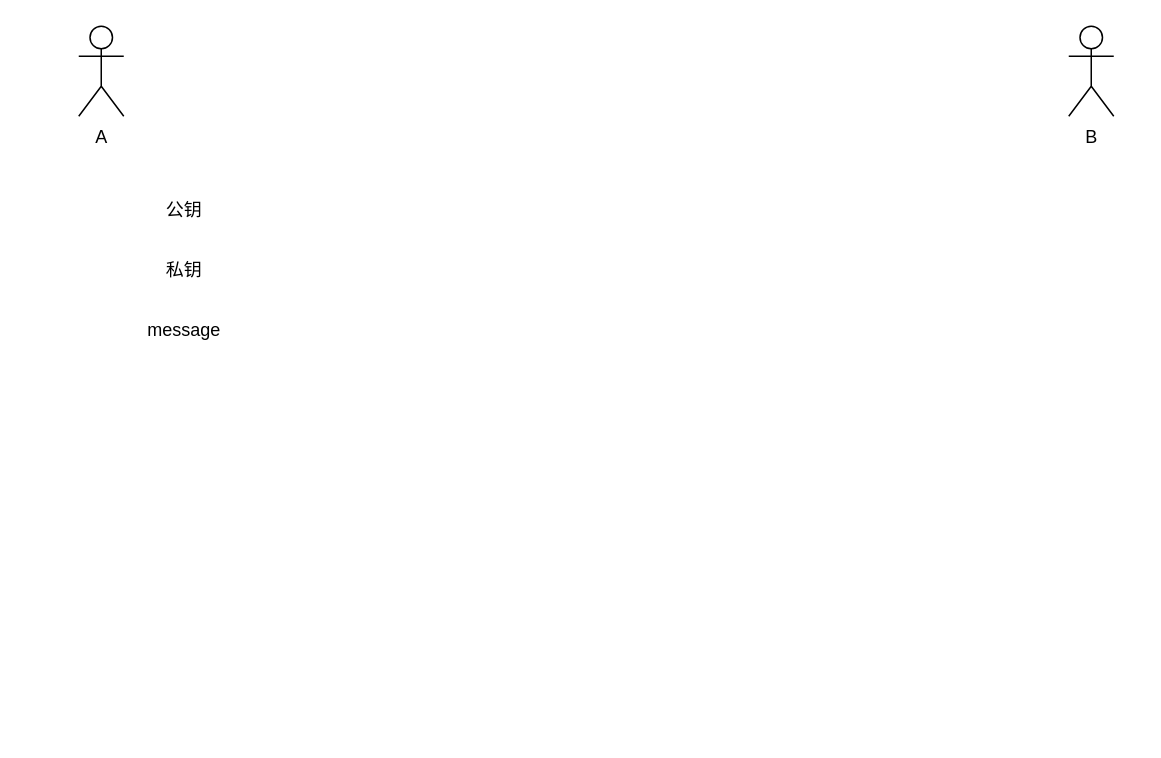
The draw.io diagram 非对称加密.drawio in lifeworth/storage-draw.io, before the edit. Source tidied: cells renumbered, new cells numbered last; positions are measured from the earlier drawing's top-left corner, leaving out a move shared by most shapes. Both pictures are drawn from the tidied source at 150%, with x=0, y=0 at pixel (78, 26).
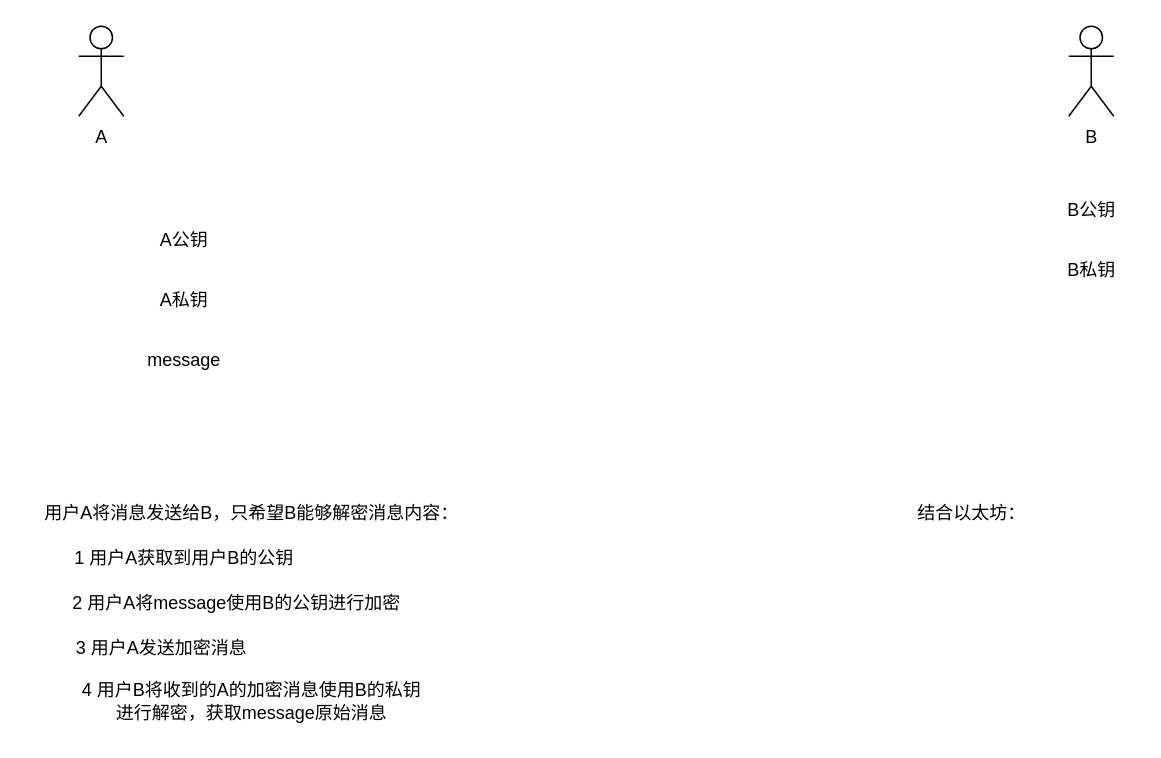
Above is the later version.

Commit message:
Update 非对称加密.drawio

Change to the diagram source:
```diff
@@
 <mxGraphModel>
   <root>
     <mxCell id="0" />
     <mxCell id="1" parent="0" />
     <mxCell id="2" value="A" style="shape=umlActor;verticalLabelPosition=bottom;verticalAlign=top;html=1;" parent="1" vertex="1">
       <mxGeometry width="30" height="60" as="geometry" />
     </mxCell>
     <mxCell id="3" value="B" style="shape=umlActor;verticalLabelPosition=bottom;verticalAlign=top;html=1;" parent="1" vertex="1">
       <mxGeometry x="660" width="30" height="60" as="geometry" />
     </mxCell>
-    <mxCell id="4" value="公钥" style="text;html=1;align=center;verticalAlign=middle;strokeColor=none;fillColor=none;" parent="1" vertex="1">
-      <mxGeometry x="45" y="108" width="50" height="30" as="geometry" />
+    <mxCell id="4" value="A公钥" style="text;html=1;align=center;verticalAlign=middle;strokeColor=none;fillColor=none;" parent="1" vertex="1">
+      <mxGeometry x="40" y="128" width="60" height="30" as="geometry" />
     </mxCell>
-    <mxCell id="5" value="私钥" style="text;html=1;align=center;verticalAlign=middle;strokeColor=none;fillColor=none;" parent="1" vertex="1">
-      <mxGeometry x="45" y="148" width="50" height="30" as="geometry" />
+    <mxCell id="5" value="A私钥" style="text;html=1;align=center;verticalAlign=middle;strokeColor=none;fillColor=none;" parent="1" vertex="1">
+      <mxGeometry x="40" y="168" width="60" height="30" as="geometry" />
     </mxCell>
     <mxCell id="6" value="message" style="text;html=1;align=center;verticalAlign=middle;strokeColor=none;fillColor=none;" parent="1" vertex="1">
-      <mxGeometry x="35" y="188" width="70" height="30" as="geometry" />
+      <mxGeometry x="35" y="208" width="70" height="30" as="geometry" />
     </mxCell>
+    <mxCell id="7" value="1 用户A获取到用户B的公钥" style="text;html=1;align=center;verticalAlign=middle;strokeColor=none;fillColor=none;" parent="1" vertex="1">
+      <mxGeometry x="-15" y="340" width="170" height="30" as="geometry" />
+    </mxCell>
+    <mxCell id="8" value="2 用户A将message使用B的公钥进行加密" style="text;html=1;align=center;verticalAlign=middle;strokeColor=none;fillColor=none;" parent="1" vertex="1">
+      <mxGeometry x="-15" y="370" width="240" height="30" as="geometry" />
+    </mxCell>
+    <mxCell id="9" value="3 用户A发送加密消息" style="text;html=1;align=center;verticalAlign=middle;strokeColor=none;fillColor=none;" parent="1" vertex="1">
+      <mxGeometry x="-15" y="400" width="140" height="30" as="geometry" />
+    </mxCell>
+    <mxCell id="10" value="B公钥" style="text;html=1;align=center;verticalAlign=middle;strokeColor=none;fillColor=none;" parent="1" vertex="1">
+      <mxGeometry x="645" y="108" width="60" height="30" as="geometry" />
+    </mxCell>
+    <mxCell id="11" value="B私钥" style="text;html=1;align=center;verticalAlign=middle;strokeColor=none;fillColor=none;" parent="1" vertex="1">
+      <mxGeometry x="645" y="148" width="60" height="30" as="geometry" />
+    </mxCell>
+    <mxCell id="12" value="用户A将消息发送给B，只希望B能够解密消息内容：" style="text;html=1;align=center;verticalAlign=middle;strokeColor=none;fillColor=none;" parent="1" vertex="1">
+      <mxGeometry x="-35" y="310" width="300" height="30" as="geometry" />
+    </mxCell>
+    <mxCell id="13" value="4 用户B将收到的A的加密消息使用B的私钥&lt;br&gt;进行解密，获取message原始消息" style="text;html=1;align=center;verticalAlign=middle;strokeColor=none;fillColor=none;" parent="1" vertex="1">
+      <mxGeometry x="-10" y="430" width="250" height="40" as="geometry" />
+    </mxCell>
+    <mxCell id="14" value="结合以太坊：" style="text;html=1;align=center;verticalAlign=middle;strokeColor=none;fillColor=none;" parent="1" vertex="1">
+      <mxGeometry x="545" y="310" width="100" height="30" as="geometry" />
+    </mxCell>
   </root>
 </mxGraphModel>
```
